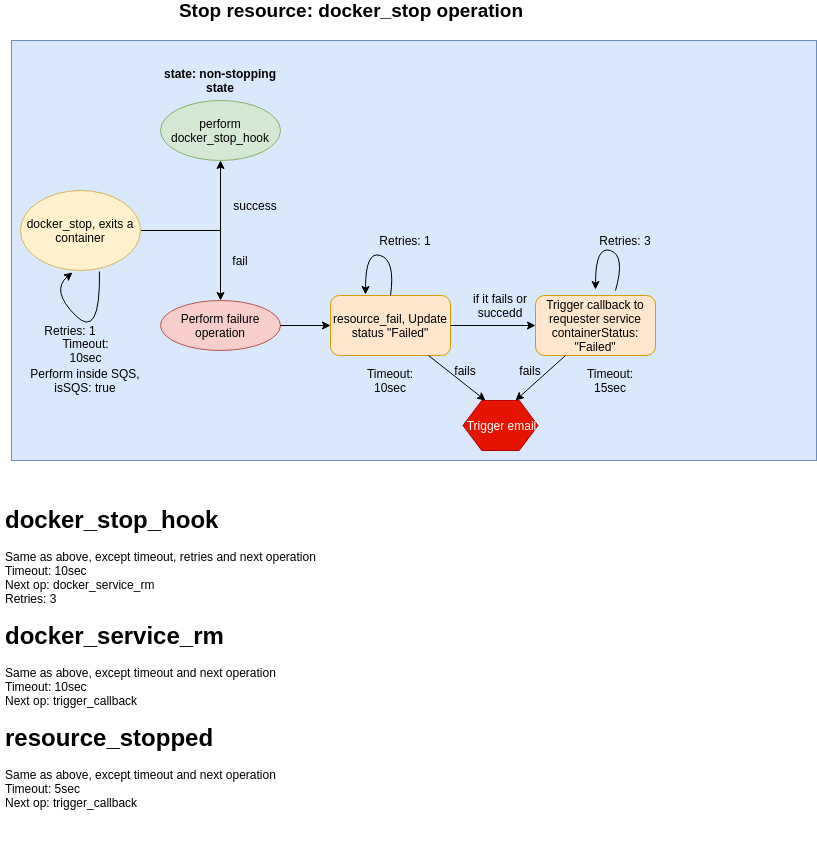
The draw.io diagram stop-resource_from_sqs.png in prodipta/blueshift-resouce, before a commit. Source tidied: cells renumbered, new cells last; positions are measured from the earlier drawing's top-left corner, leaving out a move shared by most shapes. Source of this version:
```xml
<mxGraphModel>
  <root>
    <mxCell id="0" />
    <mxCell id="1" parent="0" />
    <mxCell id="2" style="rounded=0;whiteSpace=wrap;html=1;fillColor=#dae8fc;strokeColor=#6c8ebf;" parent="1" vertex="1">
      <mxGeometry x="11" y="40" width="805" height="420" as="geometry" />
    </mxCell>
    <mxCell id="3" style="edgeStyle=orthogonalEdgeStyle;rounded=0;jettySize=auto;html=1;" parent="1" edge="1" source="4">
      <mxGeometry relative="1" as="geometry">
        <mxPoint x="220" y="160" as="targetPoint" />
        <Array as="points">
          <mxPoint x="220" y="230" />
        </Array>
      </mxGeometry>
    </mxCell>
    <mxCell id="4" value="docker_stop, exits a container" style="ellipse;whiteSpace=wrap;html=1;fillColor=#fff2cc;strokeColor=#d6b656;" parent="1" vertex="1">
      <mxGeometry x="20" y="190" width="120" height="80" as="geometry" />
    </mxCell>
    <mxCell id="5" value="success" style="text;html=1;strokeColor=none;fillColor=none;align=center;verticalAlign=middle;whiteSpace=wrap;rounded=0;" parent="1" vertex="1">
      <mxGeometry x="220" y="195" width="70" height="20" as="geometry" />
    </mxCell>
    <mxCell id="6" style="endArrow=classic;html=1;" parent="1" edge="1">
      <mxGeometry relative="1" as="geometry">
        <mxPoint x="220" y="230" as="sourcePoint" />
        <mxPoint x="220" y="300" as="targetPoint" />
      </mxGeometry>
    </mxCell>
    <mxCell id="7" value="fail" style="text;html=1;strokeColor=none;fillColor=none;align=center;verticalAlign=middle;whiteSpace=wrap;rounded=0;" parent="1" vertex="1">
      <mxGeometry x="220" y="250" width="40" height="20" as="geometry" />
    </mxCell>
    <mxCell id="8" value="perform docker_stop_hook" style="ellipse;whiteSpace=wrap;html=1;fillColor=#d5e8d4;strokeColor=#82b366;" parent="1" vertex="1">
      <mxGeometry x="160" y="100" width="120" height="60" as="geometry" />
    </mxCell>
    <mxCell id="9" value="Perform failure operation" style="ellipse;whiteSpace=wrap;html=1;fillColor=#f8cecc;strokeColor=#b85450;" parent="1" vertex="1">
      <mxGeometry x="160" y="300" width="120" height="50" as="geometry" />
    </mxCell>
    <mxCell id="10" style="curved=1;endArrow=classic;html=1;exitX=0.658;exitY=1.013;exitDx=0;exitDy=0;exitPerimeter=0;entryX=0.433;entryY=1.025;entryDx=0;entryDy=0;entryPerimeter=0;" parent="1" edge="1" source="4" target="4">
      <mxGeometry relative="1" as="geometry">
        <Array as="points">
          <mxPoint x="100" y="340" />
          <mxPoint x="50" y="290" />
        </Array>
      </mxGeometry>
    </mxCell>
    <mxCell id="11" value="Retries: 1" style="text;html=1;strokeColor=none;fillColor=none;align=center;verticalAlign=middle;whiteSpace=wrap;rounded=0;" parent="1" vertex="1">
      <mxGeometry x="40" y="320" width="60" height="20" as="geometry" />
    </mxCell>
    <mxCell id="12" value="Timeout: 10sec" style="text;html=1;strokeColor=none;fillColor=none;align=center;verticalAlign=middle;whiteSpace=wrap;rounded=0;direction=south;" parent="1" vertex="1">
      <mxGeometry x="75" y="305" width="20" height="90" as="geometry" />
    </mxCell>
    <mxCell id="13" value="Perform inside SQS, isSQS: true" style="text;html=1;strokeColor=none;fillColor=none;align=center;verticalAlign=middle;whiteSpace=wrap;rounded=0;" parent="1" vertex="1">
      <mxGeometry x="20" y="370" width="130" height="20" as="geometry" />
    </mxCell>
    <mxCell id="14" style="endArrow=classic;html=1;exitX=1;exitY=0.5;exitDx=0;exitDy=0;" parent="1" edge="1" source="9">
      <mxGeometry relative="1" as="geometry">
        <mxPoint x="330" y="325" as="targetPoint" />
      </mxGeometry>
    </mxCell>
    <mxCell id="15" value="Stop resource: docker_stop operation" style="text;html=1;strokeColor=none;fillColor=none;align=center;verticalAlign=middle;whiteSpace=wrap;rounded=0;fontStyle=1;fontSize=19;" parent="1" vertex="1">
      <mxGeometry x="30" width="640" height="20" as="geometry" />
    </mxCell>
    <mxCell id="16" value="state: non-stopping state" style="text;html=1;strokeColor=none;fillColor=none;align=center;verticalAlign=middle;whiteSpace=wrap;rounded=0;fontSize=12;fontStyle=1;" parent="1" vertex="1">
      <mxGeometry x="160" y="70" width="120" height="20" as="geometry" />
    </mxCell>
    <mxCell id="17" value="resource_fail, Update status &quot;Failed&quot;" style="rounded=1;whiteSpace=wrap;html=1;fillColor=#ffe6cc;strokeColor=#d79b00;" parent="1" vertex="1">
      <mxGeometry x="330" y="295" width="120" height="60" as="geometry" />
    </mxCell>
    <mxCell id="18" value="Timeout: 10sec" style="text;html=1;strokeColor=none;fillColor=none;align=center;verticalAlign=middle;whiteSpace=wrap;rounded=0;" parent="1" vertex="1">
      <mxGeometry x="355" y="370" width="70" height="20" as="geometry" />
    </mxCell>
    <mxCell id="19" style="curved=1;endArrow=classic;html=1;exitX=0.5;exitY=0;exitDx=0;exitDy=0;" parent="1" edge="1" source="17">
      <mxGeometry relative="1" as="geometry">
        <mxPoint x="365" y="294" as="targetPoint" />
        <Array as="points">
          <mxPoint x="395" y="260" />
          <mxPoint x="365" y="250" />
        </Array>
      </mxGeometry>
    </mxCell>
    <mxCell id="20" value="Retries: 1" style="text;html=1;strokeColor=none;fillColor=none;align=center;verticalAlign=middle;whiteSpace=wrap;rounded=0;" parent="1" vertex="1">
      <mxGeometry x="375" y="230" width="60" height="20" as="geometry" />
    </mxCell>
    <mxCell id="21" style="endArrow=classic;html=1;exitX=1;exitY=0.5;exitDx=0;exitDy=0;" parent="1" edge="1" source="17">
      <mxGeometry relative="1" as="geometry">
        <mxPoint x="535" y="325" as="targetPoint" />
      </mxGeometry>
    </mxCell>
    <mxCell id="22" value="if it fails or succedd" style="text;html=1;strokeColor=none;fillColor=none;align=center;verticalAlign=middle;whiteSpace=wrap;rounded=0;" parent="1" vertex="1">
      <mxGeometry x="455" y="295" width="90" height="20" as="geometry" />
    </mxCell>
    <mxCell id="23" value="Trigger callback to requester service&lt;br&gt;containerStatus: &quot;Failed&quot;" style="rounded=1;whiteSpace=wrap;html=1;fillColor=#ffe6cc;strokeColor=#d79b00;" parent="1" vertex="1">
      <mxGeometry x="535" y="295" width="120" height="60" as="geometry" />
    </mxCell>
    <mxCell id="24" style="curved=1;endArrow=classic;html=1;exitX=0.5;exitY=0;exitDx=0;exitDy=0;" parent="1" edge="1">
      <mxGeometry relative="1" as="geometry">
        <mxPoint x="615" y="290" as="sourcePoint" />
        <mxPoint x="595" y="289" as="targetPoint" />
        <Array as="points">
          <mxPoint x="625" y="255" />
          <mxPoint x="595" y="245" />
        </Array>
      </mxGeometry>
    </mxCell>
    <mxCell id="25" value="Retries: 3" style="text;html=1;strokeColor=none;fillColor=none;align=center;verticalAlign=middle;whiteSpace=wrap;rounded=0;" parent="1" vertex="1">
      <mxGeometry x="595" y="230" width="60" height="20" as="geometry" />
    </mxCell>
    <mxCell id="26" value="Timeout: 15sec" style="text;html=1;strokeColor=none;fillColor=none;align=center;verticalAlign=middle;whiteSpace=wrap;rounded=0;" parent="1" vertex="1">
      <mxGeometry x="575" y="370" width="70" height="20" as="geometry" />
    </mxCell>
    <mxCell id="27" style="endArrow=classic;html=1;" parent="1" edge="1" source="17">
      <mxGeometry relative="1" as="geometry">
        <mxPoint x="485" y="400" as="targetPoint" />
      </mxGeometry>
    </mxCell>
    <mxCell id="28" style="endArrow=classic;html=1;exitX=0.25;exitY=1;exitDx=0;exitDy=0;" parent="1" edge="1" source="23">
      <mxGeometry relative="1" as="geometry">
        <mxPoint x="515" y="400" as="targetPoint" />
      </mxGeometry>
    </mxCell>
    <mxCell id="29" value="Trigger email" style="shape=hexagon;perimeter=hexagonPerimeter2;whiteSpace=wrap;html=1;fillColor=#e51400;strokeColor=#B20000;fontColor=#ffffff;" parent="1" vertex="1">
      <mxGeometry x="462.5" y="400" width="75" height="50" as="geometry" />
    </mxCell>
    <mxCell id="30" value="fails" style="text;html=1;strokeColor=none;fillColor=none;align=center;verticalAlign=middle;whiteSpace=wrap;rounded=0;" parent="1" vertex="1">
      <mxGeometry x="445" y="360" width="40" height="20" as="geometry" />
    </mxCell>
    <mxCell id="31" value="fails" style="text;html=1;strokeColor=none;fillColor=none;align=center;verticalAlign=middle;whiteSpace=wrap;rounded=0;" parent="1" vertex="1">
      <mxGeometry x="510" y="360" width="40" height="20" as="geometry" />
    </mxCell>
    <mxCell id="32" value="&lt;h1&gt;docker_stop_hook&lt;/h1&gt;&lt;div&gt;Same as above, except timeout, retries and next operation&lt;/div&gt;&lt;div&gt;Timeout: 10sec&lt;/div&gt;&lt;div&gt;Next op: docker_service_rm&lt;/div&gt;&lt;div&gt;Retries:&amp;nbsp;3&lt;/div&gt;&lt;div&gt;&lt;h1&gt;docker_service_rm&lt;/h1&gt;&lt;div&gt;Same as above, except timeout and next operation&lt;/div&gt;&lt;div&gt;Timeout: 10sec&lt;/div&gt;&lt;div&gt;Next op: trigger_callback&lt;/div&gt;&lt;/div&gt;&lt;div&gt;&lt;h1&gt;resource_stopped&lt;br&gt;&lt;/h1&gt;&lt;/div&gt;&lt;div&gt;&lt;div&gt;Same as above, except timeout and next operation&lt;/div&gt;&lt;div&gt;Timeout: 5sec&lt;/div&gt;&lt;div&gt;Next op: trigger_callback&lt;/div&gt;&lt;/div&gt;" style="text;html=1;strokeColor=none;fillColor=none;spacing=5;spacingTop=-20;whiteSpace=wrap;overflow=hidden;rounded=0;fontSize=12;" parent="1" vertex="1">
      <mxGeometry y="500" width="640" height="340" as="geometry" />
    </mxCell>
  </root>
</mxGraphModel>
```
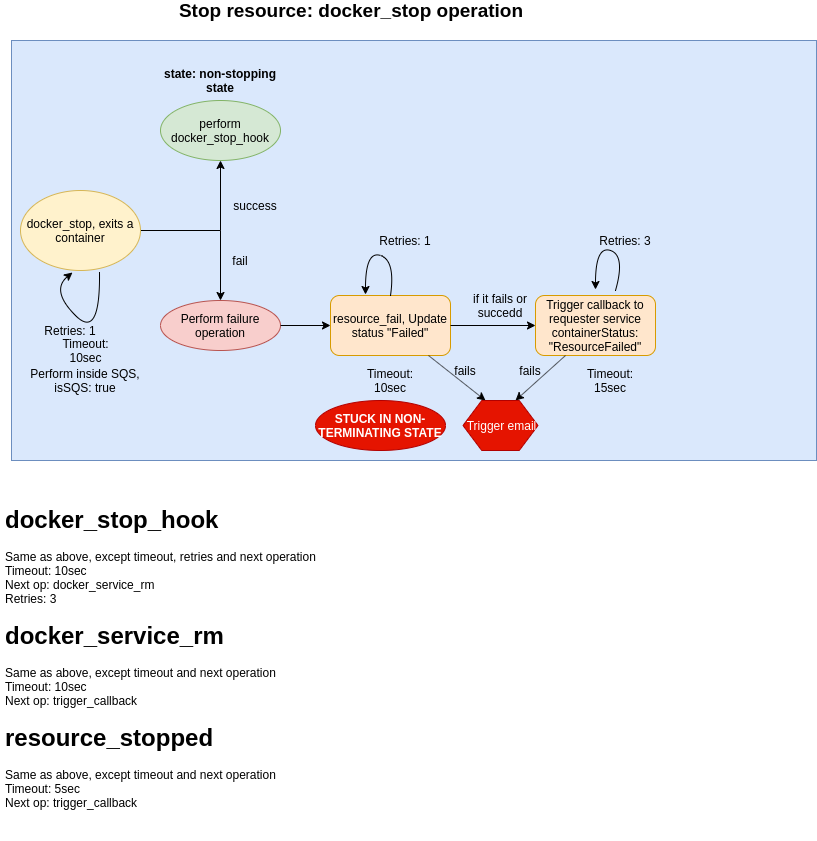
The same diagram one commit later.

The edit, as a diff of the source:
```diff
@@ -88,7 +88,7 @@
     <mxCell id="22" value="if it fails or succedd" style="text;html=1;strokeColor=none;fillColor=none;align=center;verticalAlign=middle;whiteSpace=wrap;rounded=0;" parent="1" vertex="1">
       <mxGeometry x="455" y="295" width="90" height="20" as="geometry" />
     </mxCell>
-    <mxCell id="23" value="Trigger callback to requester service&lt;br&gt;containerStatus: &quot;Failed&quot;" style="rounded=1;whiteSpace=wrap;html=1;fillColor=#ffe6cc;strokeColor=#d79b00;" parent="1" vertex="1">
+    <mxCell id="23" value="Trigger callback to requester service&lt;br&gt;containerStatus: &quot;ResourceFailed&quot;" style="rounded=1;whiteSpace=wrap;html=1;fillColor=#ffe6cc;strokeColor=#d79b00;" parent="1" vertex="1">
       <mxGeometry x="535" y="295" width="120" height="60" as="geometry" />
     </mxCell>
     <mxCell id="24" style="curved=1;endArrow=classic;html=1;exitX=0.5;exitY=0;exitDx=0;exitDy=0;" parent="1" edge="1">
@@ -129,5 +129,8 @@
     <mxCell id="32" value="&lt;h1&gt;docker_stop_hook&lt;/h1&gt;&lt;div&gt;Same as above, except timeout, retries and next operation&lt;/div&gt;&lt;div&gt;Timeout: 10sec&lt;/div&gt;&lt;div&gt;Next op: docker_service_rm&lt;/div&gt;&lt;div&gt;Retries:&amp;nbsp;3&lt;/div&gt;&lt;div&gt;&lt;h1&gt;docker_service_rm&lt;/h1&gt;&lt;div&gt;Same as above, except timeout and next operation&lt;/div&gt;&lt;div&gt;Timeout: 10sec&lt;/div&gt;&lt;div&gt;Next op: trigger_callback&lt;/div&gt;&lt;/div&gt;&lt;div&gt;&lt;h1&gt;resource_stopped&lt;br&gt;&lt;/h1&gt;&lt;/div&gt;&lt;div&gt;&lt;div&gt;Same as above, except timeout and next operation&lt;/div&gt;&lt;div&gt;Timeout: 5sec&lt;/div&gt;&lt;div&gt;Next op: trigger_callback&lt;/div&gt;&lt;/div&gt;" style="text;html=1;strokeColor=none;fillColor=none;spacing=5;spacingTop=-20;whiteSpace=wrap;overflow=hidden;rounded=0;fontSize=12;" parent="1" vertex="1">
       <mxGeometry y="500" width="640" height="340" as="geometry" />
     </mxCell>
+    <mxCell id="33" value="STUCK IN NON-TERMINATING STATE" style="ellipse;whiteSpace=wrap;html=1;fillColor=#e51400;strokeColor=#B20000;fontStyle=1;fontColor=#ffffff;" parent="1" vertex="1">
+      <mxGeometry x="315" y="400" width="130" height="50" as="geometry" />
+    </mxCell>
   </root>
 </mxGraphModel>
```
